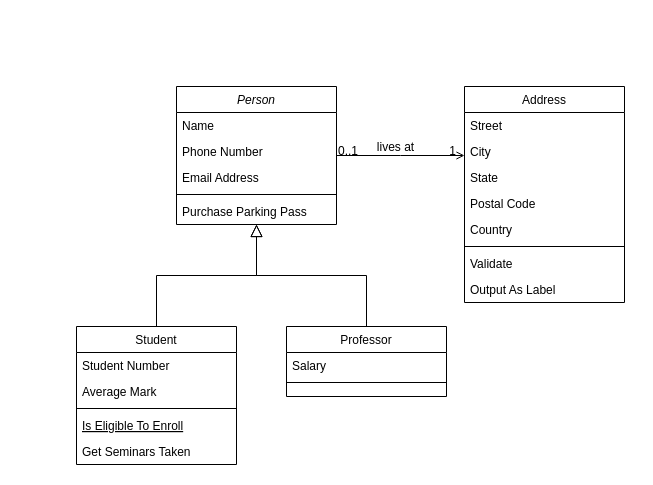
Before: Untitled Diagram.drawio in aixart12/weatherapp, a draw.io diagram. Source tidied: cells renumbered, new cells numbered last; positions are measured from the earlier drawing's top-left corner, leaving out a move shared by most shapes. Both pictures are drawn from the tidied source at 100%, with x=0, y=0 at pixel (76, 86).
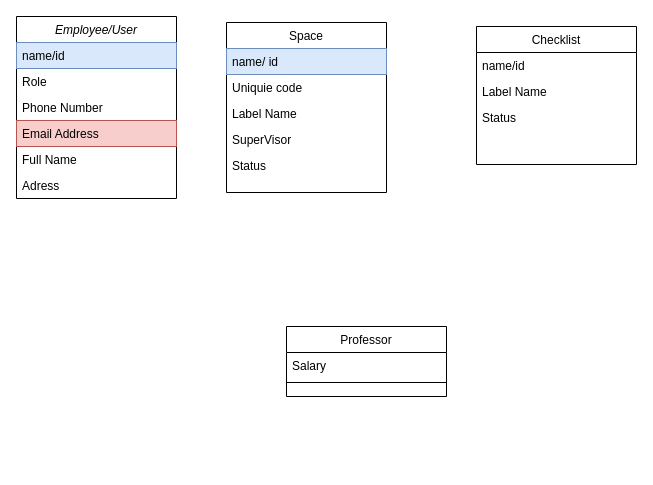
The same diagram, later.

The change refers to these unchanged cells:
```xml
<mxCell id="15" value="Professor" style="swimlane;fontStyle=0;align=center;verticalAlign=top;horizontal=1;startSize=26;rounded=0;shadow=0;strokeWidth=1;" parent="1" vertex="1">
  <mxGeometry x="210" y="240" width="160" height="70" as="geometry" />
</mxCell>
```

The edit, as a diff of the source:
```diff
@@
-    <mxCell id="2" value="Person" style="swimlane;fontStyle=2;align=center;verticalAlign=top;horizontal=1;startSize=26;rounded=0;shadow=0;strokeWidth=1;" parent="1" vertex="1">
-      <mxGeometry x="100" width="160" height="138" as="geometry" />
+    <mxCell id="2" value="Employee/User" style="swimlane;fontStyle=2;align=center;verticalAlign=top;horizontal=1;startSize=26;rounded=0;shadow=0;strokeWidth=1;" parent="1" vertex="1">
+      <mxGeometry x="-60" y="-70" width="160" height="182" as="geometry" />
     </mxCell>
-    <mxCell id="3" value="Name" style="text;align=left;verticalAlign=top;spacingLeft=4;spacingRight=4;overflow=hidden;" parent="2" vertex="1">
+    <mxCell id="3" value="name/id" style="text;align=left;verticalAlign=top;spacingLeft=4;spacingRight=4;overflow=hidden;fillColor=#dae8fc;strokeColor=#6c8ebf;" parent="2" vertex="1">
       <mxGeometry y="26" width="160" height="26" as="geometry" />
     </mxCell>
-    <mxCell id="4" value="Phone Number" style="text;align=left;verticalAlign=top;spacingLeft=4;spacingRight=4;overflow=hidden;rounded=0;shadow=0;html=0;" parent="2" vertex="1">
+    <mxCell id="4" value="Role" style="text;align=left;verticalAlign=top;spacingLeft=4;spacingRight=4;overflow=hidden;rounded=0;shadow=0;html=0;" parent="2" vertex="1">
       <mxGeometry y="52" width="160" height="26" as="geometry" />
     </mxCell>
+    <mxCell id="32" value="Phone Number" style="text;align=left;verticalAlign=top;spacingLeft=4;spacingRight=4;overflow=hidden;rounded=0;shadow=0;html=0;" parent="2" vertex="1">
+      <mxGeometry y="78" width="160" height="26" as="geometry" />
+    </mxCell>
-    <mxCell id="5" value="Email Address" style="text;align=left;verticalAlign=top;spacingLeft=4;spacingRight=4;overflow=hidden;rounded=0;shadow=0;html=0;" parent="2" vertex="1">
-      <mxGeometry y="78" width="160" height="26" as="geometry" />
+    <mxCell id="5" value="Email Address" style="text;align=left;verticalAlign=top;spacingLeft=4;spacingRight=4;overflow=hidden;rounded=0;shadow=0;html=0;fillColor=#f8cecc;strokeColor=#b85450;" parent="2" vertex="1">
+      <mxGeometry y="104" width="160" height="26" as="geometry" />
     </mxCell>
-    <mxCell id="6" style="line;html=1;strokeWidth=1;align=left;verticalAlign=middle;spacingTop=-1;spacingLeft=3;spacingRight=3;labelPosition=right;" parent="2" vertex="1">
-      <mxGeometry y="104" width="160" height="8" as="geometry" />
-    </mxCell>
-    <mxCell id="7" value="Purchase Parking Pass" style="text;align=left;verticalAlign=top;spacingLeft=4;spacingRight=4;overflow=hidden;" parent="2" vertex="1">
-      <mxGeometry y="112" width="160" height="26" as="geometry" />
-    </mxCell>
+    <mxCell id="33" value="Full Name" style="text;align=left;verticalAlign=top;spacingLeft=4;spacingRight=4;overflow=hidden;rounded=0;shadow=0;html=0;" parent="2" vertex="1">
+      <mxGeometry y="130" width="160" height="26" as="geometry" />
+    </mxCell>
+    <mxCell id="34" value="Adress" style="text;align=left;verticalAlign=top;spacingLeft=4;spacingRight=4;overflow=hidden;rounded=0;shadow=0;html=0;" parent="2" vertex="1">
+      <mxGeometry y="156" width="160" height="26" as="geometry" />
+    </mxCell>
-    <mxCell id="8" value="Student" style="swimlane;fontStyle=0;align=center;verticalAlign=top;horizontal=1;startSize=26;rounded=0;shadow=0;strokeWidth=1;" parent="1" vertex="1">
-      <mxGeometry y="240" width="160" height="138" as="geometry" />
+    <mxCell id="8" value="Checklist" style="swimlane;fontStyle=0;align=center;verticalAlign=top;horizontal=1;startSize=26;rounded=0;shadow=0;strokeWidth=1;" parent="1" vertex="1">
+      <mxGeometry x="400" y="-60" width="160" height="138" as="geometry" />
     </mxCell>
-    <mxCell id="9" value="Student Number" style="text;align=left;verticalAlign=top;spacingLeft=4;spacingRight=4;overflow=hidden;" parent="8" vertex="1">
+    <mxCell id="9" value="name/id" style="text;align=left;verticalAlign=top;spacingLeft=4;spacingRight=4;overflow=hidden;" parent="8" vertex="1">
       <mxGeometry y="26" width="160" height="26" as="geometry" />
     </mxCell>
-    <mxCell id="10" value="Average Mark" style="text;align=left;verticalAlign=top;spacingLeft=4;spacingRight=4;overflow=hidden;rounded=0;shadow=0;html=0;" parent="8" vertex="1">
+    <mxCell id="10" value="Label Name" style="text;align=left;verticalAlign=top;spacingLeft=4;spacingRight=4;overflow=hidden;rounded=0;shadow=0;html=0;" parent="8" vertex="1">
       <mxGeometry y="52" width="160" height="26" as="geometry" />
     </mxCell>
-    <mxCell id="11" style="line;html=1;strokeWidth=1;align=left;verticalAlign=middle;spacingTop=-1;spacingLeft=3;spacingRight=3;labelPosition=right;" parent="8" vertex="1">
-      <mxGeometry y="78" width="160" height="8" as="geometry" />
-    </mxCell>
-    <mxCell id="12" value="Is Eligible To Enroll" style="text;align=left;verticalAlign=top;spacingLeft=4;spacingRight=4;overflow=hidden;fontStyle=4;" parent="8" vertex="1">
-      <mxGeometry y="86" width="160" height="26" as="geometry" />
-    </mxCell>
-    <mxCell id="13" value="Get Seminars Taken" style="text;align=left;verticalAlign=top;spacingLeft=4;spacingRight=4;overflow=hidden;" parent="8" vertex="1">
-      <mxGeometry y="112" width="160" height="26" as="geometry" />
+    <mxCell id="13" value="Status" style="text;align=left;verticalAlign=top;spacingLeft=4;spacingRight=4;overflow=hidden;" parent="8" vertex="1">
+      <mxGeometry y="78" width="160" height="26" as="geometry" />
     </mxCell>
-    <mxCell id="14" style="endArrow=block;endSize=10;endFill=0;shadow=0;strokeWidth=1;rounded=0;edgeStyle=elbowEdgeStyle;elbow=vertical;" parent="1" edge="1" source="8" target="2">
-      <mxGeometry relative="1" as="geometry" />
-    </mxCell>
@@
-    <mxCell id="18" style="endArrow=block;endSize=10;endFill=0;shadow=0;strokeWidth=1;rounded=0;edgeStyle=elbowEdgeStyle;elbow=vertical;" parent="1" edge="1" source="15" target="2">
-      <mxGeometry relative="1" as="geometry" />
-    </mxCell>
-    <mxCell id="19" value="Address" style="swimlane;fontStyle=0;align=center;verticalAlign=top;horizontal=1;startSize=26;rounded=0;shadow=0;strokeWidth=1;" parent="1" vertex="1">
-      <mxGeometry x="388" width="160" height="216" as="geometry" />
+    <mxCell id="19" value="Space" style="swimlane;fontStyle=0;align=center;verticalAlign=top;horizontal=1;startSize=26;rounded=0;shadow=0;strokeWidth=1;" parent="1" vertex="1">
+      <mxGeometry x="150" y="-64" width="160" height="170" as="geometry" />
     </mxCell>
-    <mxCell id="20" value="Street" style="text;align=left;verticalAlign=top;spacingLeft=4;spacingRight=4;overflow=hidden;" parent="19" vertex="1">
+    <mxCell id="20" value="name/ id" style="text;align=left;verticalAlign=top;spacingLeft=4;spacingRight=4;overflow=hidden;fillColor=#dae8fc;strokeColor=#6c8ebf;" parent="19" vertex="1">
       <mxGeometry y="26" width="160" height="26" as="geometry" />
     </mxCell>
-    <mxCell id="21" value="City" style="text;align=left;verticalAlign=top;spacingLeft=4;spacingRight=4;overflow=hidden;rounded=0;shadow=0;html=0;" parent="19" vertex="1">
+    <mxCell id="21" value="Uniquie code" style="text;align=left;verticalAlign=top;spacingLeft=4;spacingRight=4;overflow=hidden;rounded=0;shadow=0;html=0;" parent="19" vertex="1">
       <mxGeometry y="52" width="160" height="26" as="geometry" />
     </mxCell>
-    <mxCell id="22" value="State" style="text;align=left;verticalAlign=top;spacingLeft=4;spacingRight=4;overflow=hidden;rounded=0;shadow=0;html=0;" parent="19" vertex="1">
+    <mxCell id="22" value="Label Name" style="text;align=left;verticalAlign=top;spacingLeft=4;spacingRight=4;overflow=hidden;rounded=0;shadow=0;html=0;" parent="19" vertex="1">
       <mxGeometry y="78" width="160" height="26" as="geometry" />
     </mxCell>
-    <mxCell id="23" value="Postal Code" style="text;align=left;verticalAlign=top;spacingLeft=4;spacingRight=4;overflow=hidden;rounded=0;shadow=0;html=0;" parent="19" vertex="1">
+    <mxCell id="23" value="SuperVisor" style="text;align=left;verticalAlign=top;spacingLeft=4;spacingRight=4;overflow=hidden;rounded=0;shadow=0;html=0;" parent="19" vertex="1">
       <mxGeometry y="104" width="160" height="26" as="geometry" />
     </mxCell>
-    <mxCell id="24" value="Country" style="text;align=left;verticalAlign=top;spacingLeft=4;spacingRight=4;overflow=hidden;rounded=0;shadow=0;html=0;" parent="19" vertex="1">
-      <mxGeometry y="130" width="160" height="26" as="geometry" />
-    </mxCell>
-    <mxCell id="25" style="line;html=1;strokeWidth=1;align=left;verticalAlign=middle;spacingTop=-1;spacingLeft=3;spacingRight=3;labelPosition=right;" parent="19" vertex="1">
-      <mxGeometry y="156" width="160" height="8" as="geometry" />
-    </mxCell>
-    <mxCell id="26" value="Validate" style="text;align=left;verticalAlign=top;spacingLeft=4;spacingRight=4;overflow=hidden;" parent="19" vertex="1">
-      <mxGeometry y="164" width="160" height="26" as="geometry" />
-    </mxCell>
-    <mxCell id="27" value="Output As Label" style="text;align=left;verticalAlign=top;spacingLeft=4;spacingRight=4;overflow=hidden;" parent="19" vertex="1">
-      <mxGeometry y="190" width="160" height="26" as="geometry" />
-    </mxCell>
-    <mxCell id="28" style="endArrow=open;shadow=0;strokeWidth=1;rounded=0;endFill=1;edgeStyle=elbowEdgeStyle;elbow=vertical;" parent="1" edge="1" source="2" target="19">
-      <mxGeometry x="0.5" y="41" relative="1" as="geometry">
-        <mxPoint x="-40" y="32" as="offset" />
-      </mxGeometry>
-    </mxCell>
-    <mxCell id="29" value="0..1" style="align=left;verticalAlign=bottom;labelBackgroundColor=none;fontSize=12;" parent="28" vertex="1">
-      <mxGeometry x="-1" relative="1" as="geometry">
-        <mxPoint y="4" as="offset" />
-      </mxGeometry>
-    </mxCell>
-    <mxCell id="30" value="1" style="align=right;verticalAlign=bottom;labelBackgroundColor=none;fontSize=12;" parent="28" vertex="1">
-      <mxGeometry x="1" relative="1" as="geometry">
-        <mxPoint x="-7" y="4" as="offset" />
-      </mxGeometry>
-    </mxCell>
-    <mxCell id="31" value="lives at" style="text;html=1;align=center;verticalAlign=middle;labelBackgroundColor=none;rounded=0;shadow=0;strokeWidth=1;fontSize=12;" parent="28" vertex="1">
-      <mxGeometry x="0.5" y="49" relative="1" as="geometry">
-        <mxPoint x="-38" y="40" as="offset" />
-      </mxGeometry>
-    </mxCell>
+    <mxCell id="35" value="Status" style="text;align=left;verticalAlign=top;spacingLeft=4;spacingRight=4;overflow=hidden;rounded=0;shadow=0;html=0;" parent="19" vertex="1">
+      <mxGeometry y="130" width="160" height="26" as="geometry" />
+    </mxCell>
```
